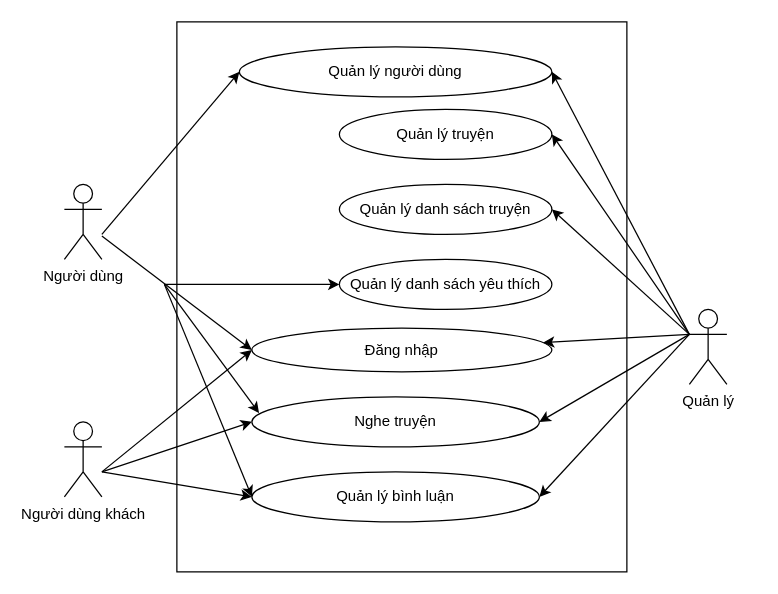
This is page "TongQuat" (1 of 19) of Doc/DwMlis.drawio from LeDuong130801/Mlis, a draw.io file, before an edit. Source tidied: cells renumbered, new cells numbered last; positions are measured from the earlier drawing's top-left corner, leaving out a move shared by most shapes. Both pictures are drawn from the tidied source at 125%, with x=0, y=0 at pixel (64, 21).
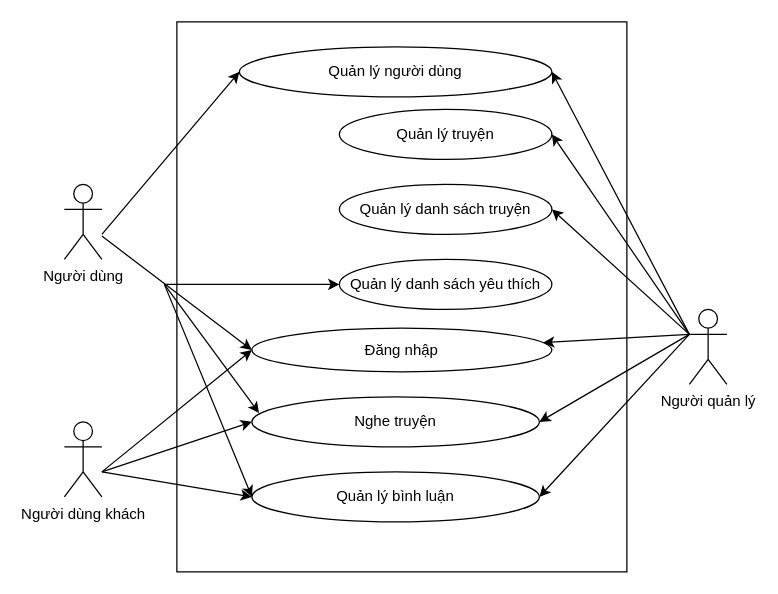
After the change.

What changed in the source:
```diff
@@
-    <mxCell id="4" value="Quản lý" style="shape=umlActor;verticalLabelPosition=bottom;verticalAlign=top;html=1;outlineConnect=0;" parent="1" vertex="1">
+    <mxCell id="4" value="Người quản lý" style="shape=umlActor;verticalLabelPosition=bottom;verticalAlign=top;html=1;outlineConnect=0;" parent="1" vertex="1">
       <mxGeometry x="500" y="230" width="30" height="60" as="geometry" />
     </mxCell>
```
